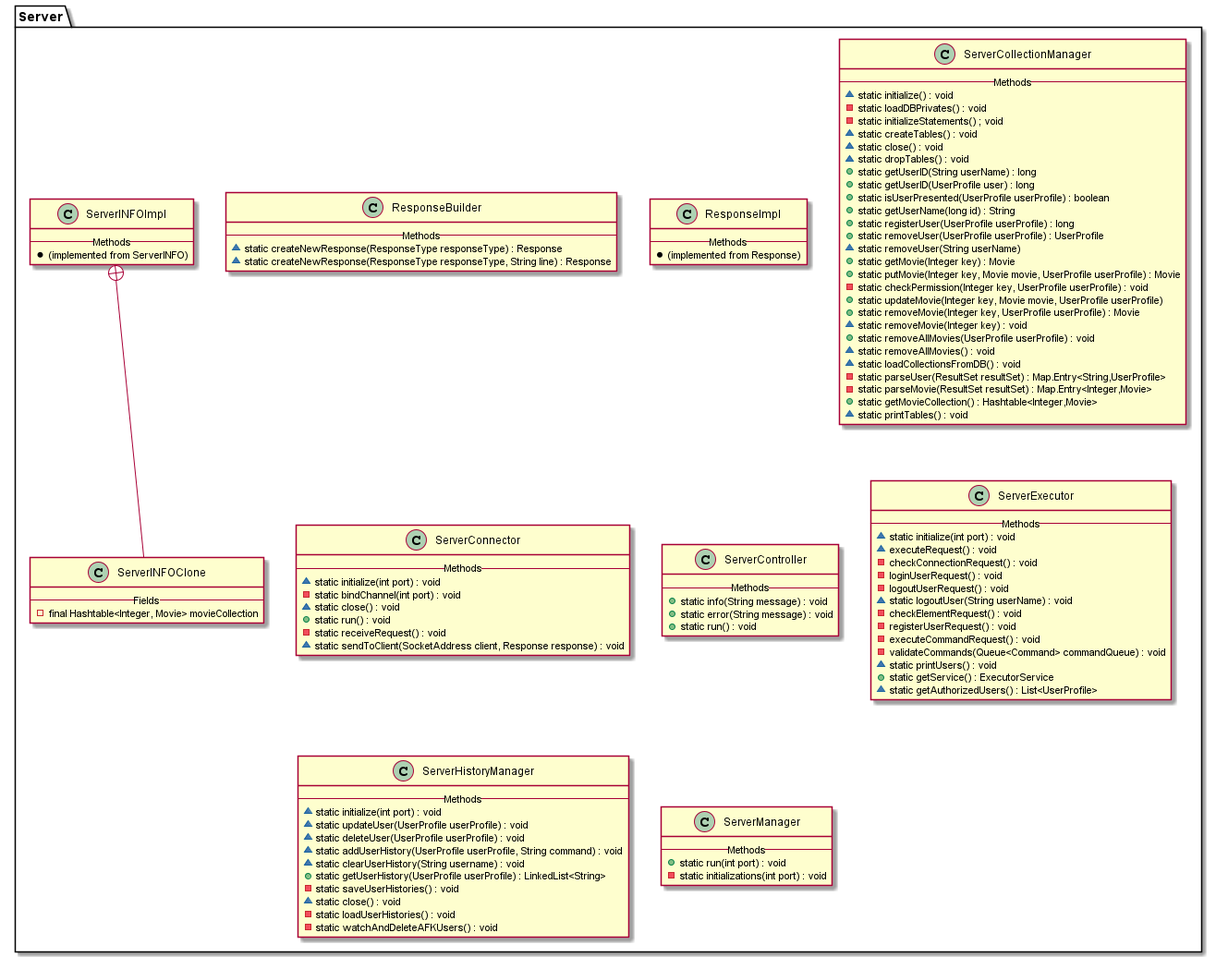
The PlantUML diagram diagrams/ServerDiagram.png in Andryss/ProgrammingLabWork7, before a commit. Its diagram source:
```plantuml
@startuml

package Server {

    class ResponseBuilder {
    --Methods--
    ~ static createNewResponse(ResponseType responseType) : Response
    ~ static createNewResponse(ResponseType responseType, String line) : Response
    }

    class ResponseImpl {
    --Methods--
    * (implemented from Response)
    }

    class ServerCollectionManager {
    --Methods--
    ~ static initialize() : void
    - static loadDBPrivates() : void
    - static initializeStatements() ; void
    ~ static createTables() : void
    ~ static close() : void
    ~ static dropTables() : void
    + static getUserID(String userName) : long
    + static getUserID(UserProfile user) : long
    + static isUserPresented(UserProfile userProfile) : boolean
    + static getUserName(long id) : String
    + static registerUser(UserProfile userProfile) : long
    + static removeUser(UserProfile userProfile) : UserProfile
    ~ static removeUser(String userName)
    + static getMovie(Integer key) : Movie
    + static putMovie(Integer key, Movie movie, UserProfile userProfile) : Movie
    - static checkPermission(Integer key, UserProfile userProfile) : void
    + static updateMovie(Integer key, Movie movie, UserProfile userProfile)
    + static removeMovie(Integer key, UserProfile userProfile) : Movie
    ~ static removeMovie(Integer key) : void
    + static removeAllMovies(UserProfile userProfile) : void
    ~ static removeAllMovies() : void
    ~ static loadCollectionsFromDB() : void
    - static parseUser(ResultSet resultSet) : Map.Entry<String,UserProfile>
    - static parseMovie(ResultSet resultSet) : Map.Entry<Integer,Movie>
    + static getMovieCollection() : Hashtable<Integer,Movie>
    ~ static printTables() : void
    }

    class ServerConnector {
    --Methods--
    ~ static initialize(int port) : void
    - static bindChannel(int port) : void
    ~ static close() : void
    + static run() : void
    - static receiveRequest() : void
    ~ static sendToClient(SocketAddress client, Response response) : void
    }

    class ServerController {
    --Methods--
    + static info(String message) : void
    + static error(String message) : void
    + static run() : void
    }

    class ServerExecutor {
    --Methods--
    ~ static initialize(int port) : void
    ~ executeRequest() : void
    - checkConnectionRequest() : void
    - loginUserRequest() : void
    - logoutUserRequest() : void
    ~ static logoutUser(String userName) : void
    - checkElementRequest() : void
    - registerUserRequest() : void
    - executeCommandRequest() : void
    - validateCommands(Queue<Command> commandQueue) : void
    ~ static printUsers() : void
    + static getService() : ExecutorService
    ~ static getAuthorizedUsers() : List<UserProfile>
    }

    class ServerHistoryManager {
    --Methods--
    ~ static initialize(int port) : void
    ~ static updateUser(UserProfile userProfile) : void
    ~ static deleteUser(UserProfile userProfile) : void
    ~ static addUserHistory(UserProfile userProfile, String command) : void
    ~ static clearUserHistory(String username) : void
    + static getUserHistory(UserProfile userProfile) : LinkedList<String>
    - static saveUserHistories() : void
    ~ static close() : void
    - static loadUserHistories() : void
    - static watchAndDeleteAFKUsers() : void
    }

    class ServerINFOImpl {
    --Methods--
    * (implemented from ServerINFO)
    }

    class ServerINFOClone {
    --Fields--
    - final Hashtable<Integer, Movie> movieCollection
    }

    ServerINFOClone -up-+ ServerINFOImpl

    class ServerManager {
    --Methods--
    + static run(int port) : void
    - static initializations(int port) : void
    }

}

@enduml
```
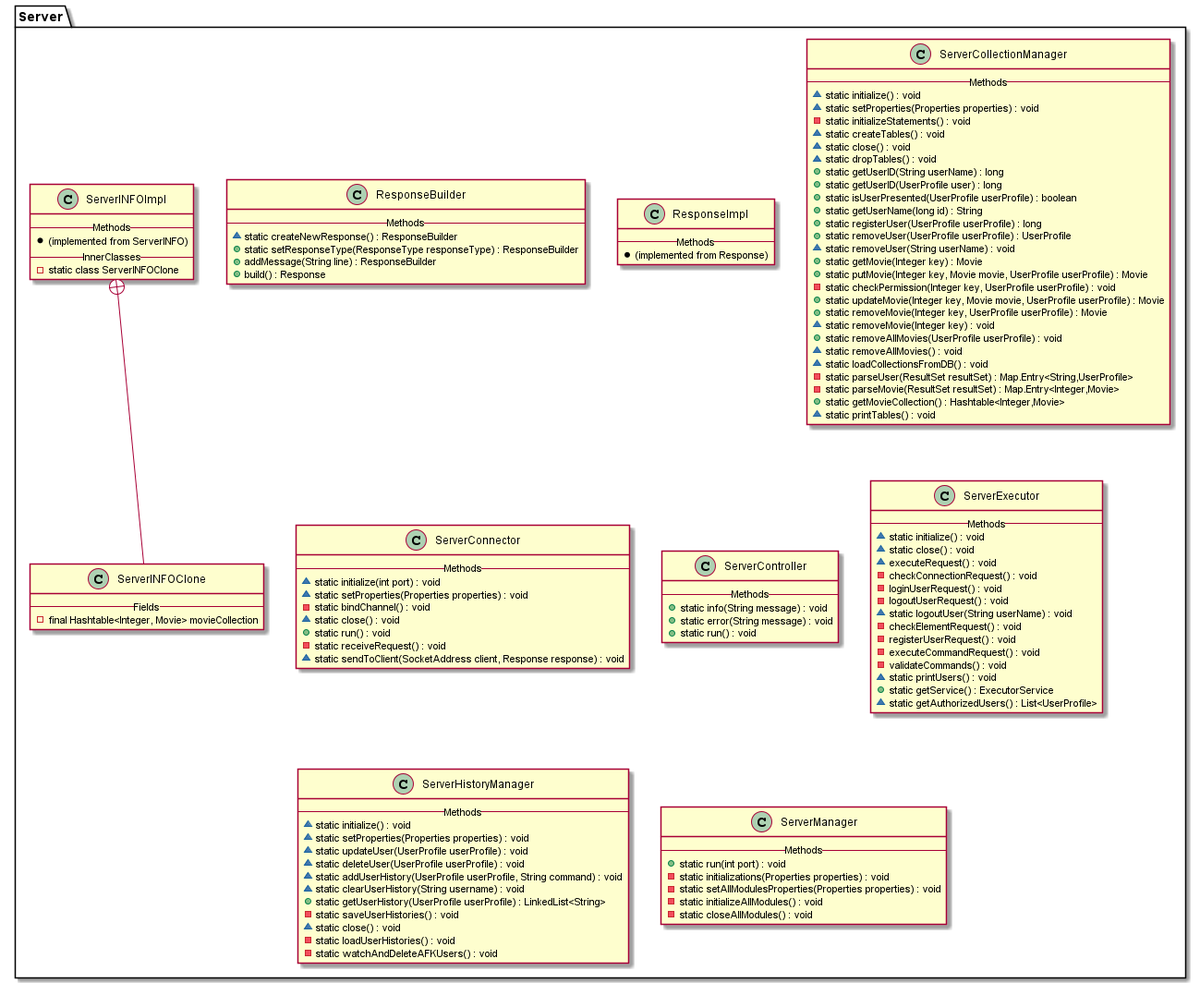
After the commit.

What changed in the source:
```diff
@@ -4,8 +4,10 @@
 
     class ResponseBuilder {
     --Methods--
-    ~ static createNewResponse(ResponseType responseType) : Response
-    ~ static createNewResponse(ResponseType responseType, String line) : Response
+    ~ static createNewResponse() : ResponseBuilder
+    + static setResponseType(ResponseType responseType) : ResponseBuilder
+    + addMessage(String line) : ResponseBuilder
+    + build() : Response
     }
 
     class ResponseImpl {
@@ -16,8 +18,8 @@
     class ServerCollectionManager {
     --Methods--
     ~ static initialize() : void
-    - static loadDBPrivates() : void
-    - static initializeStatements() ; void
+    ~ static setProperties(Properties properties) : void
+    - static initializeStatements() : void
     ~ static createTables() : void
     ~ static close() : void
     ~ static dropTables() : void
@@ -27,11 +29,11 @@
     + static getUserName(long id) : String
     + static registerUser(UserProfile userProfile) : long
     + static removeUser(UserProfile userProfile) : UserProfile
-    ~ static removeUser(String userName)
+    ~ static removeUser(String userName) : void
     + static getMovie(Integer key) : Movie
     + static putMovie(Integer key, Movie movie, UserProfile userProfile) : Movie
     - static checkPermission(Integer key, UserProfile userProfile) : void
-    + static updateMovie(Integer key, Movie movie, UserProfile userProfile)
+    + static updateMovie(Integer key, Movie movie, UserProfile userProfile) : Movie
     + static removeMovie(Integer key, UserProfile userProfile) : Movie
     ~ static removeMovie(Integer key) : void
     + static removeAllMovies(UserProfile userProfile) : void
@@ -46,7 +48,8 @@
     class ServerConnector {
     --Methods--
     ~ static initialize(int port) : void
-    - static bindChannel(int port) : void
+    ~ static setProperties(Properties properties) : void
+    - static bindChannel() : void
     ~ static close() : void
     + static run() : void
     - static receiveRequest() : void
@@ -62,7 +65,8 @@
 
     class ServerExecutor {
     --Methods--
-    ~ static initialize(int port) : void
+    ~ static initialize() : void
+    ~ static close() : void
     ~ executeRequest() : void
     - checkConnectionRequest() : void
     - loginUserRequest() : void
@@ -71,7 +75,7 @@
     - checkElementRequest() : void
     - registerUserRequest() : void
     - executeCommandRequest() : void
-    - validateCommands(Queue<Command> commandQueue) : void
+    - validateCommands() : void
     ~ static printUsers() : void
     + static getService() : ExecutorService
     ~ static getAuthorizedUsers() : List<UserProfile>
@@ -79,7 +83,8 @@
 
     class ServerHistoryManager {
     --Methods--
-    ~ static initialize(int port) : void
+    ~ static initialize() : void
+    ~ static setProperties(Properties properties) : void
     ~ static updateUser(UserProfile userProfile) : void
     ~ static deleteUser(UserProfile userProfile) : void
     ~ static addUserHistory(UserProfile userProfile, String command) : void
@@ -94,6 +99,8 @@
     class ServerINFOImpl {
     --Methods--
     * (implemented from ServerINFO)
+    --InnerClasses--
+    - static class ServerINFOClone
     }
 
     class ServerINFOClone {
@@ -106,7 +113,10 @@
     class ServerManager {
     --Methods--
     + static run(int port) : void
-    - static initializations(int port) : void
+    - static initializations(Properties properties) : void
+    - static setAllModulesProperties(Properties properties) : void
+    - static initializeAllModules() : void
+    - static closeAllModules() : void
     }
 
 }
```
